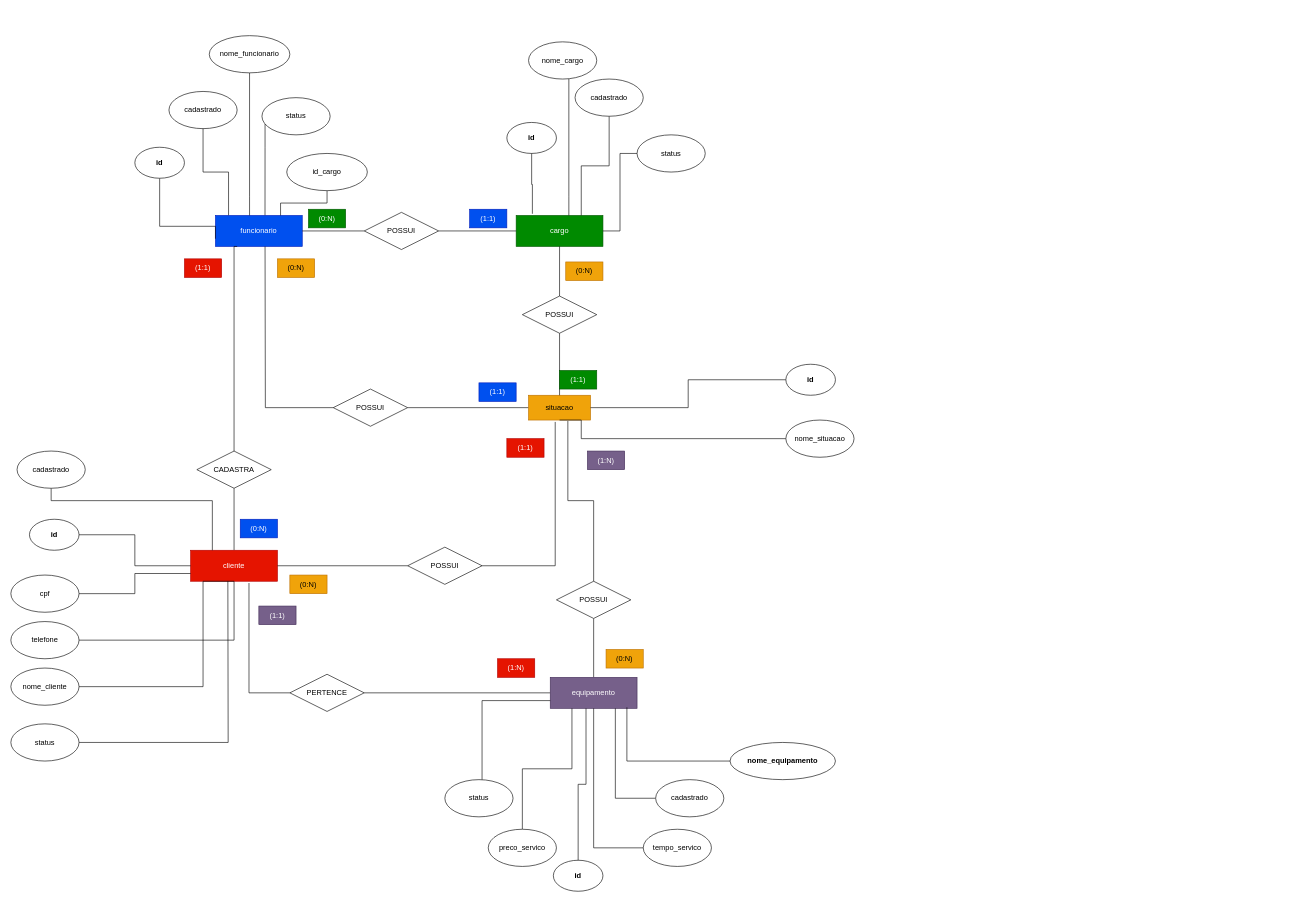
This is modelos/conceitual-logico-techfix.drawio from Lucas-Assumpcao/techfix, a draw.io file, before an edit. Source tidied: cells renumbered, new cells numbered last; positions are measured from the earlier drawing's top-left corner, leaving out a move shared by most shapes. Both pictures are drawn from the tidied source at 62%, with x=0, y=0 at pixel (11, 35).
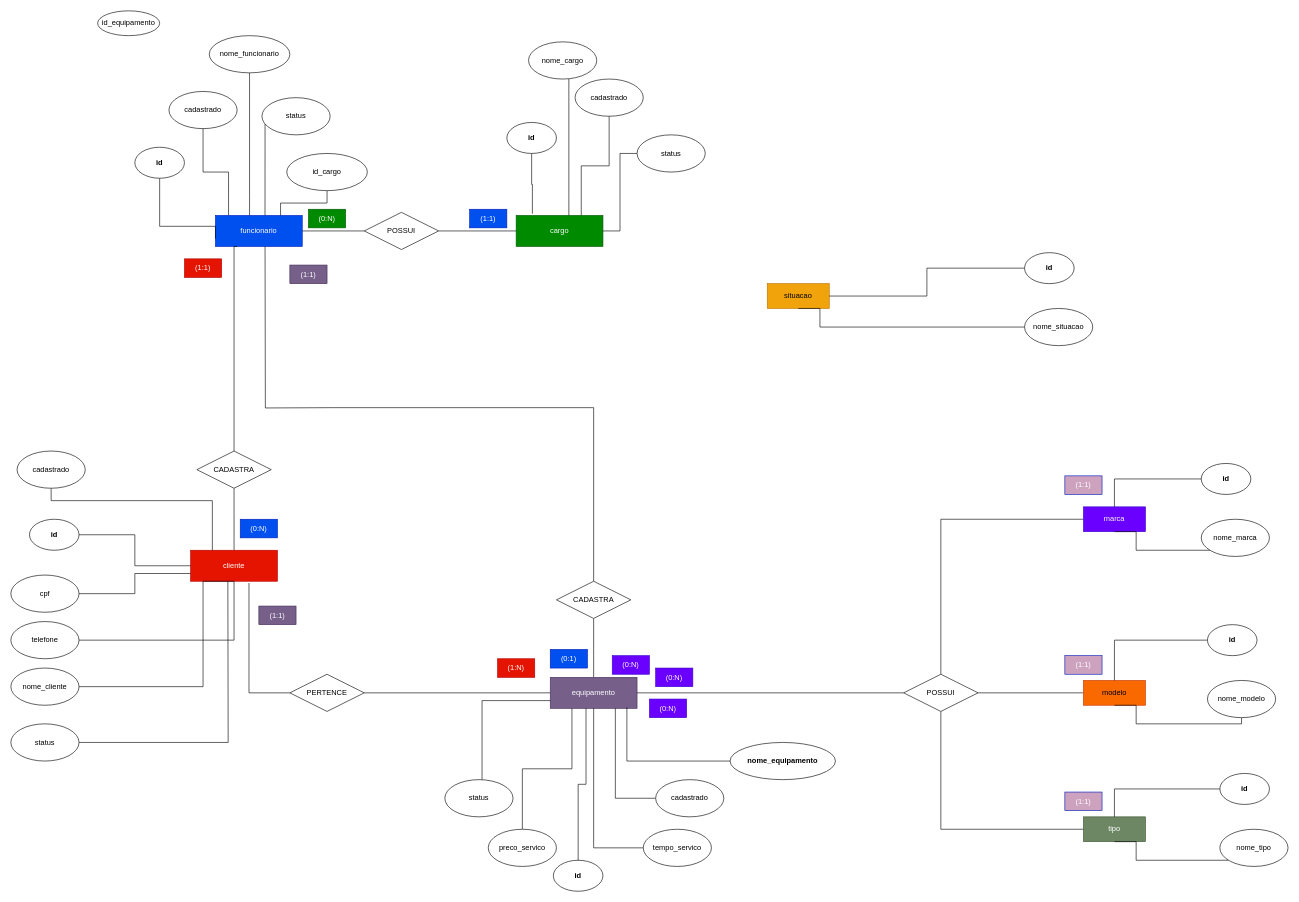
The same page after the edit.

Unchanged cells that the change refers to:
```xml
<mxCell id="4" value="cliente" style="whiteSpace=wrap;html=1;align=center;fillColor=#e51400;fontColor=#ffffff;strokeColor=#B20000;" parent="1" vertex="1">
  <mxGeometry x="290" y="830" width="140" height="50" as="geometry" />
</mxCell>
<mxCell id="7" value="equipamento" style="whiteSpace=wrap;html=1;align=center;fillColor=#76608a;fontColor=#ffffff;strokeColor=#432D57;" parent="1" vertex="1">
  <mxGeometry x="870" y="1035" width="140" height="50" as="geometry" />
</mxCell>
<mxCell id="12" value="cargo" style="whiteSpace=wrap;html=1;align=center;fillColor=#008a00;fontColor=#ffffff;strokeColor=#005700;" parent="1" vertex="1">
  <mxGeometry x="815" y="290" width="140" height="50" as="geometry" />
</mxCell>
```

The edit, as a diff of the source:
```diff
@@
-    <mxCell id="6" style="edgeStyle=orthogonalEdgeStyle;rounded=0;jettySize=auto;html=1;entryX=0.5;entryY=1;entryDx=0;entryDy=0;endArrow=none;endFill=0;" parent="1" edge="1" source="7" target="57">
-      <mxGeometry relative="1" as="geometry" />
+    <mxCell id="6" style="edgeStyle=orthogonalEdgeStyle;rounded=0;jettySize=auto;html=1;entryX=0.5;entryY=1;entryDx=0;entryDy=0;endArrow=none;endFill=0;" parent="1" edge="1" source="7">
+      <mxGeometry relative="1" as="geometry">
+        <mxPoint x="940" y="940" as="targetPoint" />
+      </mxGeometry>
     </mxCell>
@@
-    <mxCell id="22" style="edgeStyle=orthogonalEdgeStyle;rounded=0;jettySize=auto;html=1;entryX=1;entryY=0.5;entryDx=0;entryDy=0;endArrow=none;endFill=0;" parent="1" edge="1" source="23" target="33">
-      <mxGeometry relative="1" as="geometry" />
-    </mxCell>
     <mxCell id="23" value="situacao" style="whiteSpace=wrap;html=1;align=center;fillColor=#f0a30a;fontColor=#000000;strokeColor=#BD7000;" parent="1" vertex="1">
-      <mxGeometry x="835" y="580" width="100" height="40" as="geometry" />
+      <mxGeometry x="1220" y="400" width="100" height="40" as="geometry" />
     </mxCell>
@@
     <mxCell id="25" value="&lt;b&gt;id&lt;/b&gt;" style="ellipse;whiteSpace=wrap;html=1;align=center;" parent="1" vertex="1">
-      <mxGeometry x="1250" y="530" width="80" height="50" as="geometry" />
+      <mxGeometry x="1635" y="350" width="80" height="50" as="geometry" />
     </mxCell>
     <mxCell id="26" style="edgeStyle=orthogonalEdgeStyle;rounded=0;jettySize=auto;html=1;entryX=0.5;entryY=1;entryDx=0;entryDy=0;endArrow=none;endFill=0;" parent="1" edge="1" source="27" target="23">
       <mxGeometry relative="1" as="geometry">
         <Array as="points">
-          <mxPoint x="920" y="650" />
-          <mxPoint x="920" y="620" />
+          <mxPoint x="1305" y="470" />
+          <mxPoint x="1305" y="440" />
         </Array>
       </mxGeometry>
     </mxCell>
     <mxCell id="27" value="nome_situacao" style="ellipse;whiteSpace=wrap;html=1;align=center;" parent="1" vertex="1">
-      <mxGeometry x="1250" y="620" width="110" height="60" as="geometry" />
+      <mxGeometry x="1635" y="440" width="110" height="60" as="geometry" />
     </mxCell>
-    <mxCell id="28" style="edgeStyle=orthogonalEdgeStyle;rounded=0;jettySize=auto;html=1;endArrow=none;endFill=0;" parent="1" edge="1" source="30" target="12">
-      <mxGeometry relative="1" as="geometry" />
-    </mxCell>
-    <mxCell id="29" style="edgeStyle=orthogonalEdgeStyle;rounded=0;jettySize=auto;html=1;entryX=0.5;entryY=0;entryDx=0;entryDy=0;endArrow=none;endFill=0;" parent="1" edge="1" source="30" target="23">
-      <mxGeometry relative="1" as="geometry" />
-    </mxCell>
-    <mxCell id="30" value="POSSUI" style="shape=rhombus;perimeter=rhombusPerimeter;whiteSpace=wrap;html=1;align=center;" parent="1" vertex="1">
-      <mxGeometry x="825" y="420" width="120" height="60" as="geometry" />
-    </mxCell>
-    <mxCell id="31" value="(1:1)" style="text;html=1;whiteSpace=wrap;strokeColor=#005700;fillColor=#008a00;align=center;verticalAlign=middle;rounded=0;fontColor=#ffffff;" parent="1" vertex="1">
-      <mxGeometry x="885" y="540" width="60" height="30" as="geometry" />
-    </mxCell>
-    <mxCell id="32" value="(0:N)" style="text;html=1;whiteSpace=wrap;strokeColor=#BD7000;fillColor=#f0a30a;align=center;verticalAlign=middle;rounded=0;fontColor=#000000;" parent="1" vertex="1">
-      <mxGeometry x="895" y="365" width="60" height="30" as="geometry" />
-    </mxCell>
-    <mxCell id="33" value="POSSUI" style="shape=rhombus;perimeter=rhombusPerimeter;whiteSpace=wrap;html=1;align=center;" parent="1" vertex="1">
-      <mxGeometry x="520" y="570" width="120" height="60" as="geometry" />
-    </mxCell>
-    <mxCell id="34" style="edgeStyle=orthogonalEdgeStyle;rounded=0;jettySize=auto;html=1;endArrow=none;endFill=0;" parent="1" edge="1" source="33">
+    <mxCell id="34" style="edgeStyle=orthogonalEdgeStyle;rounded=0;orthogonalLoop=1;jettySize=auto;html=1;endArrow=none;endFill=0;" parent="1" edge="1">
       <mxGeometry relative="1" as="geometry">
+        <mxPoint x="520" y="600" as="sourcePoint" />
         <mxPoint x="410" y="340" as="targetPoint" />
       </mxGeometry>
     </mxCell>
-    <mxCell id="35" value="(0:N)" style="text;html=1;whiteSpace=wrap;strokeColor=#BD7000;fillColor=#f0a30a;align=center;verticalAlign=middle;rounded=0;fontColor=#000000;" parent="1" vertex="1">
-      <mxGeometry x="430" y="360" width="60" height="30" as="geometry" />
-    </mxCell>
-    <mxCell id="36" value="(1:1)" style="text;html=1;whiteSpace=wrap;strokeColor=#001DBC;fillColor=#0050ef;align=center;verticalAlign=middle;rounded=0;fontColor=#ffffff;" parent="1" vertex="1">
-      <mxGeometry x="755" y="560" width="60" height="30" as="geometry" />
-    </mxCell>
@@
-    <mxCell id="45" style="edgeStyle=orthogonalEdgeStyle;rounded=0;jettySize=auto;html=1;endArrow=none;endFill=0;" parent="1" edge="1" source="46" target="4">
-      <mxGeometry relative="1" as="geometry" />
-    </mxCell>
-    <mxCell id="46" value="POSSUI" style="shape=rhombus;perimeter=rhombusPerimeter;whiteSpace=wrap;html=1;align=center;" parent="1" vertex="1">
-      <mxGeometry x="640" y="825" width="120" height="60" as="geometry" />
-    </mxCell>
-    <mxCell id="47" style="edgeStyle=orthogonalEdgeStyle;rounded=0;jettySize=auto;html=1;entryX=0.43;entryY=1.075;entryDx=0;entryDy=0;entryPerimeter=0;endArrow=none;endFill=0;" parent="1" edge="1" source="46" target="23">
-      <mxGeometry relative="1" as="geometry" />
-    </mxCell>
-    <mxCell id="48" value="(1:1)" style="text;html=1;whiteSpace=wrap;strokeColor=#B20000;fillColor=#e51400;align=center;verticalAlign=middle;rounded=0;fontColor=#ffffff;" parent="1" vertex="1">
-      <mxGeometry x="800" y="650" width="60" height="30" as="geometry" />
-    </mxCell>
-    <mxCell id="49" value="(0:N)" style="text;html=1;whiteSpace=wrap;strokeColor=#BD7000;fillColor=#f0a30a;align=center;verticalAlign=middle;rounded=0;fontColor=#000000;" parent="1" vertex="1">
-      <mxGeometry x="450" y="870" width="60" height="30" as="geometry" />
-    </mxCell>
@@
-    <mxCell id="57" value="POSSUI" style="shape=rhombus;perimeter=rhombusPerimeter;whiteSpace=wrap;html=1;align=center;" parent="1" vertex="1">
-      <mxGeometry x="880" y="880" width="120" height="60" as="geometry" />
-    </mxCell>
-    <mxCell id="58" style="edgeStyle=orthogonalEdgeStyle;rounded=0;jettySize=auto;html=1;entryX=0.634;entryY=1.036;entryDx=0;entryDy=0;entryPerimeter=0;endArrow=none;endFill=0;" parent="1" edge="1" source="57" target="23">
-      <mxGeometry relative="1" as="geometry" />
-    </mxCell>
-    <mxCell id="59" value="(1:N)" style="text;html=1;whiteSpace=wrap;strokeColor=#432D57;fillColor=#76608a;align=center;verticalAlign=middle;rounded=0;fontColor=#ffffff;" parent="1" vertex="1">
-      <mxGeometry x="930" y="670" width="60" height="30" as="geometry" />
-    </mxCell>
-    <mxCell id="60" value="(0:N)" style="text;html=1;whiteSpace=wrap;strokeColor=#BD7000;fillColor=#f0a30a;align=center;verticalAlign=middle;rounded=0;fontColor=#000000;" parent="1" vertex="1">
-      <mxGeometry x="960" y="990" width="60" height="30" as="geometry" />
-    </mxCell>
+    <mxCell id="88" style="edgeStyle=orthogonalEdgeStyle;rounded=0;orthogonalLoop=1;jettySize=auto;html=1;endArrow=none;endFill=0;" parent="1" edge="1">
+      <mxGeometry relative="1" as="geometry">
+        <mxPoint x="940" y="880" as="sourcePoint" />
+        <mxPoint x="520" y="600" as="targetPoint" />
+        <Array as="points">
+          <mxPoint x="940" y="600" />
+        </Array>
+      </mxGeometry>
+    </mxCell>
@@
+    <mxCell id="89" value="id_equipamento" style="ellipse;whiteSpace=wrap;html=1;align=center;" parent="1" vertex="1">
+      <mxGeometry x="140" y="-40" width="100" height="40" as="geometry" />
+    </mxCell>
+    <mxCell id="90" value="(1:1)" style="text;html=1;whiteSpace=wrap;strokeColor=#432D57;fillColor=#76608a;align=center;verticalAlign=middle;rounded=0;fontColor=#ffffff;" parent="1" vertex="1">
+      <mxGeometry x="450" y="370" width="60" height="30" as="geometry" />
+    </mxCell>
+    <mxCell id="91" value="(0:1)" style="text;html=1;whiteSpace=wrap;strokeColor=#001DBC;fillColor=#0050ef;align=center;verticalAlign=middle;rounded=0;fontColor=#ffffff;" parent="1" vertex="1">
+      <mxGeometry x="870" y="990" width="60" height="30" as="geometry" />
+    </mxCell>
+    <mxCell id="92" value="CADASTRA" style="shape=rhombus;perimeter=rhombusPerimeter;whiteSpace=wrap;html=1;align=center;" parent="1" vertex="1">
+      <mxGeometry x="880" y="880" width="120" height="60" as="geometry" />
+    </mxCell>
+    <mxCell id="93" style="edgeStyle=orthogonalEdgeStyle;rounded=0;jettySize=auto;html=1;endArrow=none;endFill=0;" parent="1" edge="1" source="94" target="112">
+      <mxGeometry relative="1" as="geometry" />
+    </mxCell>
+    <mxCell id="94" value="marca" style="whiteSpace=wrap;html=1;align=center;fillColor=#6a00ff;fontColor=#ffffff;strokeColor=#3700CC;" parent="1" vertex="1">
+      <mxGeometry x="1730" y="760" width="100" height="40" as="geometry" />
+    </mxCell>
+    <mxCell id="95" style="edgeStyle=orthogonalEdgeStyle;rounded=0;jettySize=auto;html=1;endArrow=none;endFill=0;" parent="1" edge="1" source="96" target="94">
+      <mxGeometry relative="1" as="geometry" />
+    </mxCell>
+    <mxCell id="96" value="&lt;b&gt;id&lt;/b&gt;" style="ellipse;whiteSpace=wrap;html=1;align=center;" parent="1" vertex="1">
+      <mxGeometry x="1920" y="690" width="80" height="50" as="geometry" />
+    </mxCell>
+    <mxCell id="97" style="edgeStyle=orthogonalEdgeStyle;rounded=0;jettySize=auto;html=1;entryX=0.5;entryY=1;entryDx=0;entryDy=0;endArrow=none;endFill=0;" parent="1" edge="1" source="98" target="94">
+      <mxGeometry relative="1" as="geometry">
+        <Array as="points">
+          <mxPoint x="1815" y="830" />
+          <mxPoint x="1815" y="800" />
+        </Array>
+      </mxGeometry>
+    </mxCell>
+    <mxCell id="98" value="nome_marca" style="ellipse;whiteSpace=wrap;html=1;align=center;" parent="1" vertex="1">
+      <mxGeometry x="1920" y="780" width="110" height="60" as="geometry" />
+    </mxCell>
+    <mxCell id="99" style="edgeStyle=orthogonalEdgeStyle;rounded=0;jettySize=auto;html=1;entryX=1;entryY=0.5;entryDx=0;entryDy=0;endArrow=none;endFill=0;" parent="1" edge="1" source="100" target="112">
+      <mxGeometry relative="1" as="geometry" />
+    </mxCell>
+    <mxCell id="100" value="modelo" style="whiteSpace=wrap;html=1;align=center;fillColor=#fa6800;fontColor=#000000;strokeColor=#C73500;" parent="1" vertex="1">
+      <mxGeometry x="1730" y="1040" width="100" height="40" as="geometry" />
+    </mxCell>
+    <mxCell id="101" style="edgeStyle=orthogonalEdgeStyle;rounded=0;jettySize=auto;html=1;endArrow=none;endFill=0;" parent="1" edge="1" source="102" target="100">
+      <mxGeometry relative="1" as="geometry" />
+    </mxCell>
+    <mxCell id="102" value="&lt;b&gt;id&lt;/b&gt;" style="ellipse;whiteSpace=wrap;html=1;align=center;" parent="1" vertex="1">
+      <mxGeometry x="1930" y="950" width="80" height="50" as="geometry" />
+    </mxCell>
+    <mxCell id="103" style="edgeStyle=orthogonalEdgeStyle;rounded=0;jettySize=auto;html=1;entryX=0.5;entryY=1;entryDx=0;entryDy=0;endArrow=none;endFill=0;" parent="1" edge="1" source="104" target="100">
+      <mxGeometry relative="1" as="geometry">
+        <Array as="points">
+          <mxPoint x="1815" y="1110" />
+          <mxPoint x="1815" y="1080" />
+        </Array>
+      </mxGeometry>
+    </mxCell>
+    <mxCell id="104" value="nome_modelo" style="ellipse;whiteSpace=wrap;html=1;align=center;" parent="1" vertex="1">
+      <mxGeometry x="1930" y="1040" width="110" height="60" as="geometry" />
+    </mxCell>
+    <mxCell id="105" style="edgeStyle=orthogonalEdgeStyle;rounded=0;jettySize=auto;html=1;entryX=0.5;entryY=1;entryDx=0;entryDy=0;endArrow=none;endFill=0;" parent="1" edge="1" source="106" target="112">
+      <mxGeometry relative="1" as="geometry" />
+    </mxCell>
+    <mxCell id="106" value="tipo" style="whiteSpace=wrap;html=1;align=center;fillColor=#6d8764;fontColor=#ffffff;strokeColor=#3A5431;" parent="1" vertex="1">
+      <mxGeometry x="1730" y="1260" width="100" height="40" as="geometry" />
+    </mxCell>
+    <mxCell id="107" style="edgeStyle=orthogonalEdgeStyle;rounded=0;jettySize=auto;html=1;endArrow=none;endFill=0;" parent="1" edge="1" source="108" target="106">
+      <mxGeometry relative="1" as="geometry" />
+    </mxCell>
+    <mxCell id="108" value="&lt;b&gt;id&lt;/b&gt;" style="ellipse;whiteSpace=wrap;html=1;align=center;" parent="1" vertex="1">
+      <mxGeometry x="1950" y="1190" width="80" height="50" as="geometry" />
+    </mxCell>
+    <mxCell id="109" style="edgeStyle=orthogonalEdgeStyle;rounded=0;jettySize=auto;html=1;entryX=0.5;entryY=1;entryDx=0;entryDy=0;endArrow=none;endFill=0;" parent="1" edge="1" source="110" target="106">
+      <mxGeometry relative="1" as="geometry">
+        <Array as="points">
+          <mxPoint x="1815" y="1330" />
+          <mxPoint x="1815" y="1300" />
+        </Array>
+      </mxGeometry>
+    </mxCell>
+    <mxCell id="110" value="nome_tipo" style="ellipse;whiteSpace=wrap;html=1;align=center;" parent="1" vertex="1">
+      <mxGeometry x="1950" y="1280" width="110" height="60" as="geometry" />
+    </mxCell>
+    <mxCell id="111" style="edgeStyle=orthogonalEdgeStyle;rounded=0;jettySize=auto;html=1;endArrow=none;endFill=0;" parent="1" edge="1" source="112" target="7">
+      <mxGeometry relative="1" as="geometry" />
+    </mxCell>
+    <mxCell id="112" value="POSSUI" style="shape=rhombus;perimeter=rhombusPerimeter;whiteSpace=wrap;html=1;align=center;" parent="1" vertex="1">
+      <mxGeometry x="1440" y="1030" width="120" height="60" as="geometry" />
+    </mxCell>
+    <mxCell id="113" value="(1:1)" style="text;html=1;whiteSpace=wrap;strokeColor=#001DBC;fillColor=light-dark(#CDA2BE,#A18EB3);align=center;verticalAlign=middle;rounded=0;fontColor=#ffffff;" parent="1" vertex="1">
+      <mxGeometry x="1700" y="710" width="60" height="30" as="geometry" />
+    </mxCell>
+    <mxCell id="114" value="(0:N)" style="text;html=1;whiteSpace=wrap;strokeColor=#3700CC;fillColor=#6a00ff;align=center;verticalAlign=middle;rounded=0;fontColor=#ffffff;" parent="1" vertex="1">
+      <mxGeometry x="970" y="1000" width="60" height="30" as="geometry" />
+    </mxCell>
+    <mxCell id="115" value="(1:1)" style="text;html=1;whiteSpace=wrap;strokeColor=#001DBC;fillColor=light-dark(#CDA2BE,#A18EB3);align=center;verticalAlign=middle;rounded=0;fontColor=#ffffff;" parent="1" vertex="1">
+      <mxGeometry x="1700" y="1000" width="60" height="30" as="geometry" />
+    </mxCell>
+    <mxCell id="116" value="(1:1)" style="text;html=1;whiteSpace=wrap;strokeColor=#001DBC;fillColor=light-dark(#CDA2BE,#A18EB3);align=center;verticalAlign=middle;rounded=0;fontColor=#ffffff;" parent="1" vertex="1">
+      <mxGeometry x="1700" y="1220" width="60" height="30" as="geometry" />
+    </mxCell>
+    <mxCell id="117" value="(0:N)" style="text;html=1;whiteSpace=wrap;strokeColor=#3700CC;fillColor=light-dark(#6A00FF,#718769);align=center;verticalAlign=middle;rounded=0;fontColor=#ffffff;" parent="1" vertex="1">
+      <mxGeometry x="1030" y="1070" width="60" height="30" as="geometry" />
+    </mxCell>
+    <mxCell id="118" value="(0:N)" style="text;html=1;whiteSpace=wrap;strokeColor=#3700CC;fillColor=light-dark(#6A00FF,#E96B12);align=center;verticalAlign=middle;rounded=0;fontColor=#ffffff;" parent="1" vertex="1">
+      <mxGeometry x="1040" y="1020" width="60" height="30" as="geometry" />
+    </mxCell>
```
